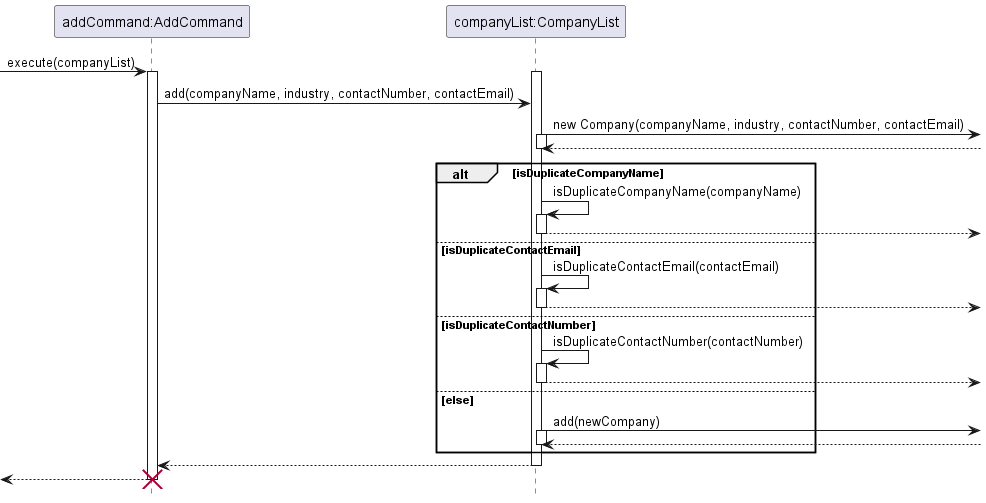
Before: docs/UML/Image/Duplication_checker.png, a diagram exported from PlantUML (nus-cs2113-AY2223S2/tp).
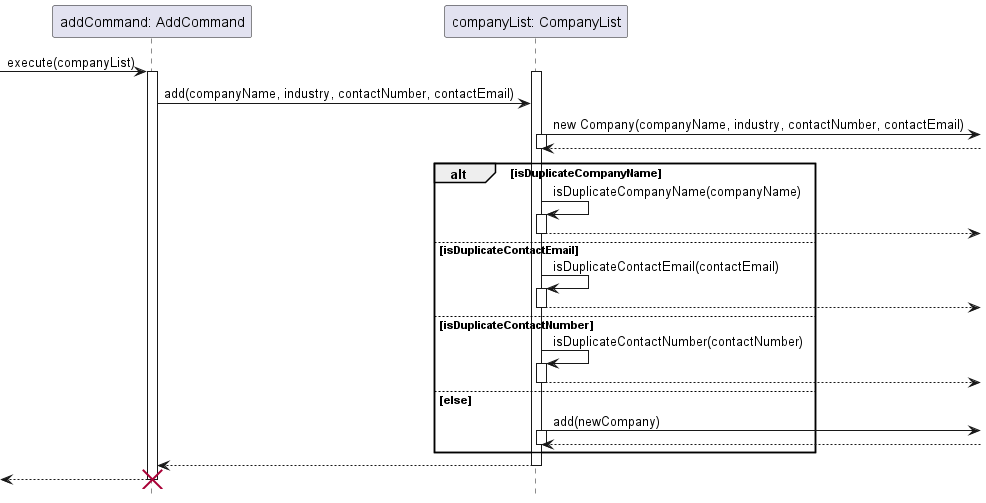
Later version of the same file.

What changed in the source:
```diff
@@ -2,46 +2,46 @@
 
 hide footbox
 
--> "addCommand:AddCommand" : execute(companyList)
+-> "addCommand: AddCommand" : execute(companyList)
 
-activate "addCommand:AddCommand"
+activate "addCommand: AddCommand"
 
-    activate "companyList:CompanyList"
-    "addCommand:AddCommand" -> "companyList:CompanyList" : add(companyName, industry, contactNumber, contactEmail)
-    "companyList:CompanyList" -> : new Company(companyName, industry, contactNumber, contactEmail)
-                 activate "companyList:CompanyList"
-                 "companyList:CompanyList" <-- :
-                 deactivate "companyList:CompanyList"
+    activate "companyList: CompanyList"
+    "addCommand: AddCommand" -> "companyList: CompanyList" : add(companyName, industry, contactNumber, contactEmail)
+    "companyList: CompanyList" -> : new Company(companyName, industry, contactNumber, contactEmail)
+                 activate "companyList: CompanyList"
+                 "companyList: CompanyList" <-- :
+                 deactivate "companyList: CompanyList"
     alt isDuplicateCompanyName
-            "companyList:CompanyList" -> "companyList:CompanyList" : isDuplicateCompanyName(companyName)
-            activate "companyList:CompanyList"
-                "companyList:CompanyList" -->
-            deactivate "companyList:CompanyList"
+            "companyList: CompanyList" -> "companyList: CompanyList" : isDuplicateCompanyName(companyName)
+            activate "companyList: CompanyList"
+                "companyList: CompanyList" -->
+            deactivate "companyList: CompanyList"
 
     else isDuplicateContactEmail
-            "companyList:CompanyList" -> "companyList:CompanyList" : isDuplicateContactEmail(contactEmail)
-            activate "companyList:CompanyList"
-                "companyList:CompanyList" -->
-            deactivate "companyList:CompanyList"
+            "companyList: CompanyList" -> "companyList: CompanyList" : isDuplicateContactEmail(contactEmail)
+            activate "companyList: CompanyList"
+                "companyList: CompanyList" -->
+            deactivate "companyList: CompanyList"
 
     else isDuplicateContactNumber
-            "companyList:CompanyList" -> "companyList:CompanyList" : isDuplicateContactNumber(contactNumber)
-            activate "companyList:CompanyList"
-                "companyList:CompanyList" -->
-            deactivate "companyList:CompanyList"
+            "companyList: CompanyList" -> "companyList: CompanyList" : isDuplicateContactNumber(contactNumber)
+            activate "companyList: CompanyList"
+                "companyList: CompanyList" -->
+            deactivate "companyList: CompanyList"
 
     else else
-        "companyList:CompanyList" -> : add(newCompany)
-         activate "companyList:CompanyList"
-         "companyList:CompanyList" <-- :
-         deactivate "companyList:CompanyList"
+        "companyList: CompanyList" -> : add(newCompany)
+         activate "companyList: CompanyList"
+         "companyList: CompanyList" <-- :
+         deactivate "companyList: CompanyList"
     end
-    "companyList:CompanyList" --> "addCommand:AddCommand"
-    deactivate "companyList:CompanyList"
+    "companyList: CompanyList" --> "addCommand: AddCommand"
+    deactivate "companyList: CompanyList"
 
-<-- "addCommand:AddCommand" :
+<-- "addCommand: AddCommand" :
 
-destroy "addCommand:AddCommand"
+destroy "addCommand: AddCommand"
 
 
 
```
